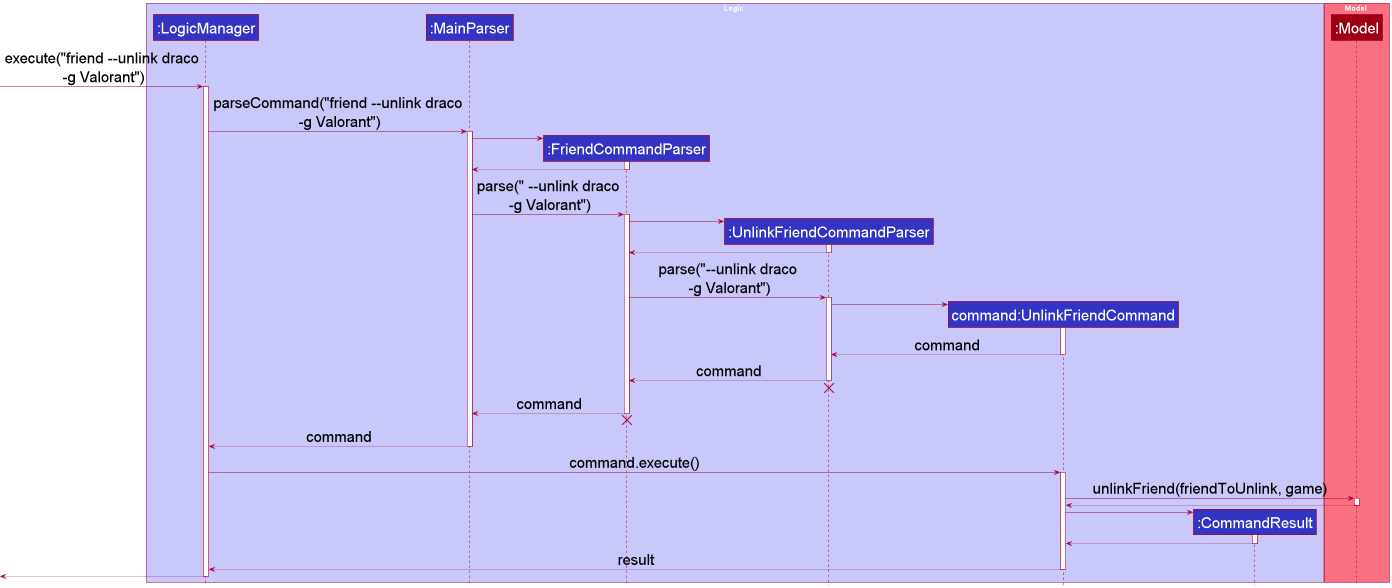
The PlantUML diagram docs/images/UnlinkSequenceDiagram1.png in nus-cs2103-AY2122S1/tp, before a commit.
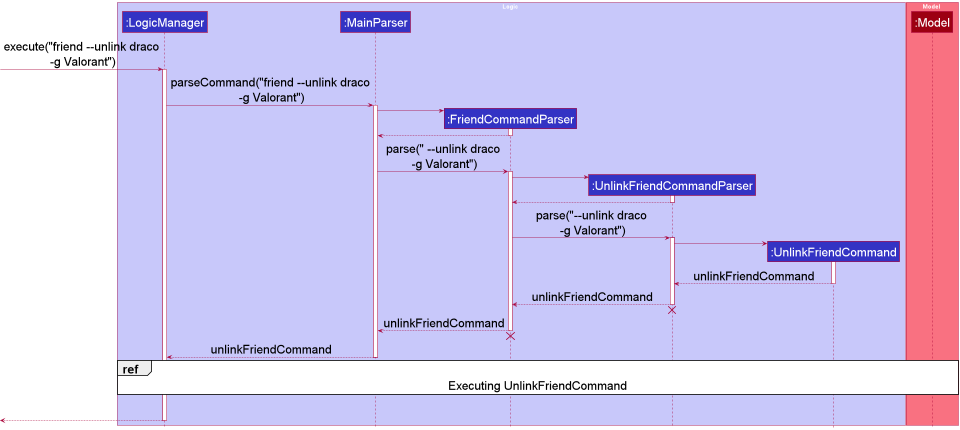
After the change.

Commit message:
Modify sequence diagrams

Diff of the diagram source:
```diff
@@ -7,8 +7,7 @@
 participant ":MainParser" as MainParser LOGIC_COLOR
 participant ":FriendCommandParser" as FriendCommandParser LOGIC_COLOR
 participant ":UnlinkFriendCommandParser" as UnlinkFriendCommandParser LOGIC_COLOR
-participant "command:UnlinkFriendCommand" as UnlinkFriendCommand LOGIC_COLOR
-participant ":CommandResult" as CommandResult LOGIC_COLOR
+participant ":UnlinkFriendCommand" as UnlinkFriendCommand LOGIC_COLOR
 end box
 
 box Model MODEL_COLOR_T1
@@ -45,40 +44,26 @@
 UnlinkFriendCommandParser -> UnlinkFriendCommand
 activate UnlinkFriendCommand
 
-UnlinkFriendCommand --> UnlinkFriendCommandParser : command
+UnlinkFriendCommand --> UnlinkFriendCommandParser : unlinkFriendCommand
 deactivate UnlinkFriendCommand
 
-UnlinkFriendCommandParser --> FriendCommandParser : command
+UnlinkFriendCommandParser --> FriendCommandParser : unlinkFriendCommand
 deactivate UnlinkFriendCommandParser
 UnlinkFriendCommandParser -[hidden]-> FriendCommandParser
 destroy UnlinkFriendCommandParser
 
-FriendCommandParser --> MainParser : command
+FriendCommandParser --> MainParser : unlinkFriendCommand
 deactivate FriendCommandParser
 FriendCommandParser -[hidden]-> MainParser
 destroy FriendCommandParser
 
-MainParser --> LogicManager : command
+MainParser --> LogicManager : unlinkFriendCommand
 deactivate MainParser
 
-LogicManager -> UnlinkFriendCommand : command.execute()
-activate UnlinkFriendCommand
+ref over LogicManager, Model: Executing UnlinkFriendCommand
 
-UnlinkFriendCommand -> Model : unlinkFriend(friendToUnlink, game)
-activate Model
-
-Model --> UnlinkFriendCommand
-deactivate Model
-
-create CommandResult
-UnlinkFriendCommand -> CommandResult
-activate CommandResult
-
-CommandResult --> UnlinkFriendCommand
-deactivate CommandResult
-
-UnlinkFriendCommand --> LogicManager : result
-deactivate UnlinkFriendCommand
+LogicManager -[hidden]-> LogicManager
+UnlinkFriendCommand -[hidden]-> UnlinkFriendCommand
 
 [<--LogicManager
 deactivate LogicManager
```
